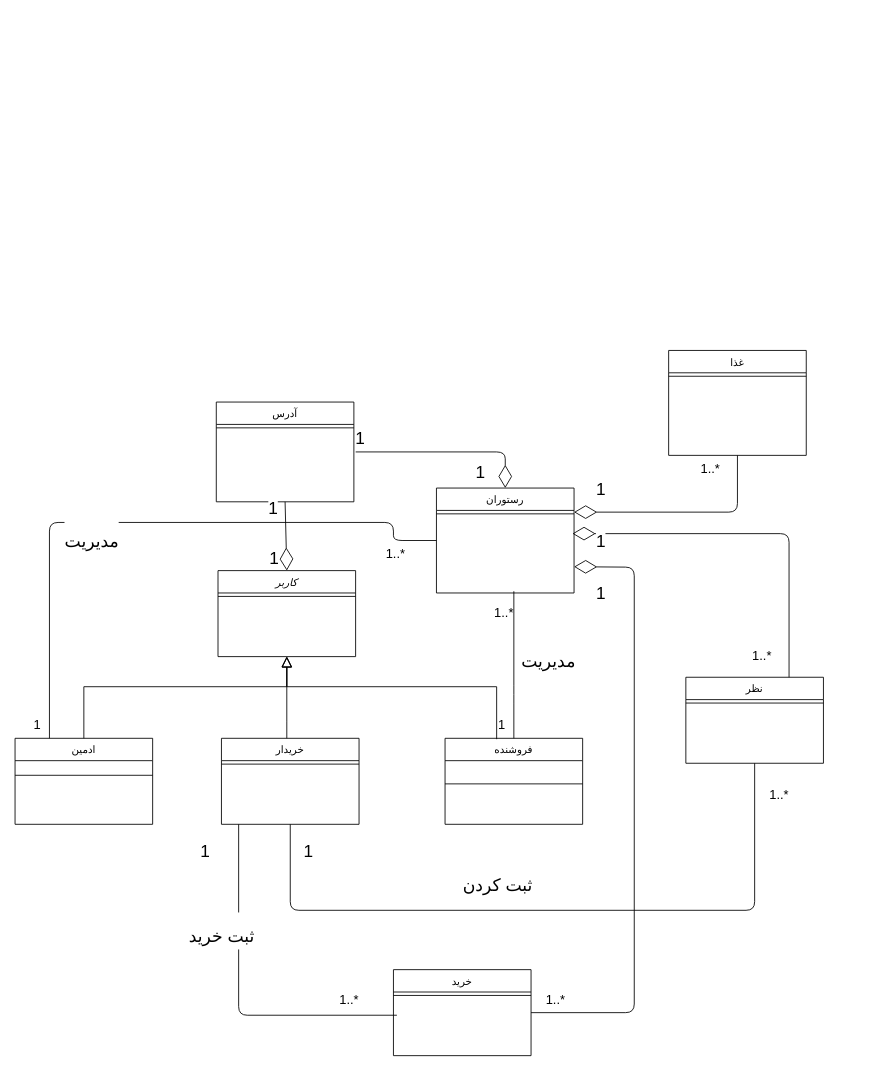
Before: Untitled Diagram.drawio in khoramian/TahDig_SoftwareEngineering, a draw.io diagram. Source tidied: cells renumbered, new cells numbered last; positions are measured from the earlier drawing's top-left corner, leaving out a move shared by most shapes. Both pictures are drawn from the tidied source at 86%, with x=0, y=0 at pixel (15, 350).
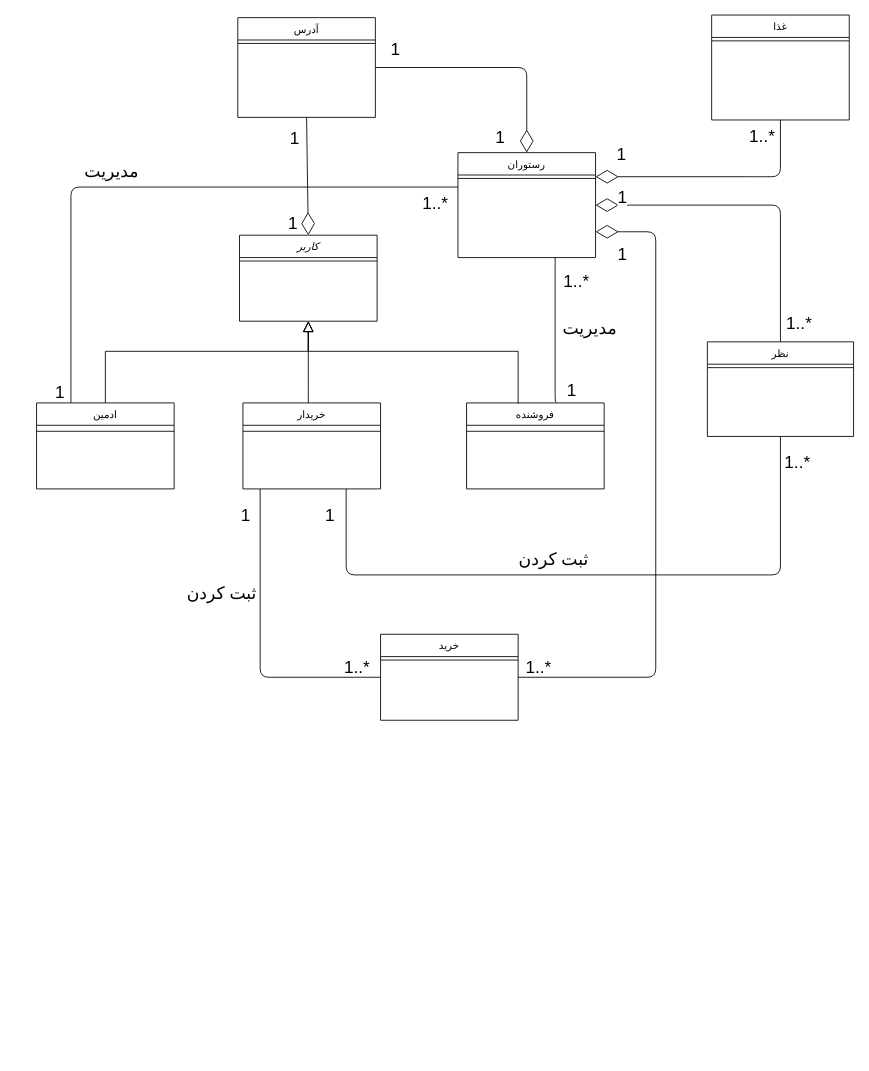
Above is the later version.

What changed in the source:
```diff
@@
     <mxCell id="2" value="فروشنده" style="swimlane;fontStyle=0;align=center;verticalAlign=top;horizontal=1;startSize=26;rounded=0;shadow=0;strokeWidth=1;" parent="1" vertex="1">
-      <mxGeometry x="500" y="451" width="160" height="100" as="geometry" />
+      <mxGeometry x="525" y="61" width="160" height="100" as="geometry" />
     </mxCell>
     <mxCell id="3" style="line;html=1;strokeWidth=1;align=left;verticalAlign=middle;spacingTop=-1;spacingLeft=3;spacingRight=3;labelPosition=right;" parent="2" vertex="1">
-      <mxGeometry y="26" width="160" height="54" as="geometry" />
+      <mxGeometry y="26" width="160" height="14" as="geometry" />
     </mxCell>
     <mxCell id="4" value="خریدار" style="swimlane;fontStyle=0;align=center;verticalAlign=top;horizontal=1;startSize=26;rounded=0;shadow=0;strokeWidth=1;" parent="1" vertex="1">
-      <mxGeometry x="240" y="451" width="160" height="100" as="geometry" />
+      <mxGeometry x="265" y="61" width="160" height="100" as="geometry" />
     </mxCell>
     <mxCell id="5" style="line;html=1;strokeWidth=1;align=left;verticalAlign=middle;spacingTop=-1;spacingLeft=3;spacingRight=3;labelPosition=right;" parent="4" vertex="1">
-      <mxGeometry y="26" width="160" height="8" as="geometry" />
+      <mxGeometry y="26" width="160" height="14" as="geometry" />
     </mxCell>
     <mxCell id="6" value="ادمین&#10;" style="swimlane;fontStyle=0;align=center;verticalAlign=top;horizontal=1;startSize=26;rounded=0;shadow=0;strokeWidth=1;" parent="1" vertex="1">
-      <mxGeometry y="451" width="160" height="100" as="geometry" />
+      <mxGeometry x="25" y="61" width="160" height="100" as="geometry" />
     </mxCell>
     <mxCell id="7" style="line;html=1;strokeWidth=1;align=left;verticalAlign=middle;spacingTop=-1;spacingLeft=3;spacingRight=3;labelPosition=right;" parent="6" vertex="1">
-      <mxGeometry y="26" width="160" height="34" as="geometry" />
+      <mxGeometry y="26" width="160" height="14" as="geometry" />
     </mxCell>
     <mxCell id="8" value="خرید" style="swimlane;fontStyle=0;align=center;verticalAlign=top;horizontal=1;startSize=26;rounded=0;shadow=0;strokeWidth=1;" parent="1" vertex="1">
-      <mxGeometry x="440" y="720" width="160" height="100" as="geometry" />
+      <mxGeometry x="425" y="330" width="160" height="100" as="geometry" />
     </mxCell>
@@
     <mxCell id="10" value="نظر" style="swimlane;fontStyle=0;align=center;verticalAlign=top;horizontal=1;startSize=26;rounded=0;shadow=0;strokeWidth=1;" parent="1" vertex="1">
-      <mxGeometry x="780" y="380" width="160" height="100" as="geometry" />
+      <mxGeometry x="805" y="-10" width="170" height="110" as="geometry" />
     </mxCell>
     <mxCell id="11" style="line;html=1;strokeWidth=1;align=left;verticalAlign=middle;spacingTop=-1;spacingLeft=3;spacingRight=3;labelPosition=right;" parent="10" vertex="1">
-      <mxGeometry y="26" width="160" height="8" as="geometry" />
+      <mxGeometry y="26" width="170" height="8" as="geometry" />
     </mxCell>
     <mxCell id="12" value="آدرس" style="swimlane;fontStyle=0;align=center;verticalAlign=top;horizontal=1;startSize=26;rounded=0;shadow=0;strokeWidth=1;" parent="1" vertex="1">
-      <mxGeometry x="234" y="60" width="160" height="116" as="geometry" />
+      <mxGeometry x="259" y="-387" width="160" height="116" as="geometry" />
     </mxCell>
@@
     <mxCell id="14" value="غذا" style="swimlane;fontStyle=0;align=center;verticalAlign=top;horizontal=1;startSize=26;rounded=0;shadow=0;strokeWidth=1;" parent="1" vertex="1">
-      <mxGeometry x="760" width="160" height="122" as="geometry" />
+      <mxGeometry x="810" y="-390" width="160" height="122" as="geometry" />
     </mxCell>
@@
     <mxCell id="16" value="کاربر" style="swimlane;fontStyle=2;align=center;verticalAlign=top;horizontal=1;startSize=26;rounded=0;shadow=0;strokeWidth=1;" parent="1" vertex="1">
-      <mxGeometry x="236" y="256" width="160" height="100" as="geometry" />
+      <mxGeometry x="261" y="-134" width="160" height="100" as="geometry" />
     </mxCell>
@@
     <mxCell id="18" style="endArrow=block;endSize=10;endFill=0;shadow=0;strokeWidth=1;rounded=0;edgeStyle=elbowEdgeStyle;elbow=vertical;exitX=0.375;exitY=0.01;exitDx=0;exitDy=0;entryX=0.5;entryY=1;entryDx=0;entryDy=0;exitPerimeter=0;" parent="1" edge="1" source="2" target="16">
       <mxGeometry relative="1" as="geometry">
         <Array as="points">
-          <mxPoint x="436" y="391" />
-          <mxPoint x="316" y="411" />
+          <mxPoint x="461" y="1" />
+          <mxPoint x="341" y="21" />
         </Array>
       </mxGeometry>
     </mxCell>
     <mxCell id="19" style="endArrow=block;endSize=10;endFill=0;shadow=0;strokeWidth=1;rounded=0;edgeStyle=elbowEdgeStyle;elbow=vertical;entryX=0.5;entryY=1;entryDx=0;entryDy=0;" parent="1" edge="1" source="4">
       <mxGeometry relative="1" as="geometry">
-        <mxPoint x="316" y="356" as="targetPoint" />
+        <mxPoint x="341" y="-34" as="targetPoint" />
         <Array as="points">
-          <mxPoint x="316" y="431" />
+          <mxPoint x="341" y="41" />
         </Array>
       </mxGeometry>
     </mxCell>
     <mxCell id="20" style="endArrow=block;endSize=10;endFill=0;shadow=0;strokeWidth=1;rounded=0;edgeStyle=elbowEdgeStyle;elbow=vertical;entryX=0.5;entryY=1;entryDx=0;entryDy=0;exitX=0.5;exitY=0;exitDx=0;exitDy=0;" parent="1" edge="1" source="6">
       <mxGeometry relative="1" as="geometry">
-        <mxPoint x="316" y="356" as="targetPoint" />
+        <mxPoint x="341" y="-34" as="targetPoint" />
         <Array as="points">
-          <mxPoint x="296" y="391" />
-          <mxPoint x="316" y="431" />
+          <mxPoint x="321" y="1" />
+          <mxPoint x="341" y="41" />
         </Array>
       </mxGeometry>
     </mxCell>
     <mxCell id="21" value="رستوران" style="swimlane;fontStyle=0;align=center;verticalAlign=top;horizontal=1;startSize=26;rounded=0;shadow=0;strokeWidth=1;" parent="1" vertex="1">
-      <mxGeometry x="490" y="160" width="160" height="122" as="geometry" />
+      <mxGeometry x="515" y="-230" width="160" height="122" as="geometry" />
     </mxCell>
@@
-    <mxCell id="24" style="endArrow=diamondThin;endFill=0;endSize=24;html=1;fontSize=36;exitX=1.013;exitY=1.231;exitDx=0;exitDy=0;entryX=0.5;entryY=0;entryDx=0;entryDy=0;exitPerimeter=0;" parent="1" edge="1" target="21">
+    <mxCell id="24" style="endArrow=diamondThin;endFill=0;endSize=24;html=1;fontSize=36;exitX=1;exitY=0.5;exitDx=0;exitDy=0;entryX=0.5;entryY=0;entryDx=0;entryDy=0;" parent="1" edge="1" source="12" target="21">
       <mxGeometry relative="1" as="geometry">
-        <mxPoint x="396.1" y="118" as="sourcePoint" />
         <Array as="points">
-          <mxPoint x="570" y="118" />
+          <mxPoint x="595" y="-329" />
         </Array>
       </mxGeometry>
     </mxCell>
-    <mxCell id="25" value="&lt;font style=&quot;font-size: 20px&quot;&gt;مدیریت&lt;/font&gt;" style="verticalAlign=bottom;html=1;endArrow=none;edgeStyle=orthogonalEdgeStyle;fontSize=36;exitX=0.5;exitY=0;exitDx=0;exitDy=0;" parent="1" edge="1" source="2">
+    <mxCell id="25" value="&lt;font style=&quot;font-size: 20px&quot;&gt;مدیریت&lt;/font&gt;" style="verticalAlign=bottom;html=1;endArrow=none;edgeStyle=orthogonalEdgeStyle;fontSize=36;exitX=0.653;exitY=-0.009;exitDx=0;exitDy=0;exitPerimeter=0;" parent="1" edge="1" source="2">
       <mxGeometry x="-0.17" y="-40" relative="1" as="geometry">
-        <mxPoint x="580" y="280" as="targetPoint" />
+        <mxPoint x="628" y="-108" as="targetPoint" />
         <Array as="points">
-          <mxPoint x="580" y="400" />
-          <mxPoint x="580" y="400" />
+          <mxPoint x="628" y="60" />
         </Array>
       </mxGeometry>
     </mxCell>
-    <mxCell id="26" value="&lt;font style=&quot;font-size: 15px&quot;&gt;1&lt;/font&gt;" style="html=1;align=left;verticalAlign=top;labelBackgroundColor=none;fontSize=10;" parent="25" vertex="1">
+    <mxCell id="26" value="&lt;font style=&quot;font-size: 20px&quot;&gt;1&lt;/font&gt;" style="html=1;align=left;verticalAlign=top;labelBackgroundColor=none;fontSize=10;" parent="25" vertex="1">
       <mxGeometry x="-1" relative="1" as="geometry">
-        <mxPoint x="-20" y="-31" as="offset" />
+        <mxPoint x="11" y="-33" as="offset" />
       </mxGeometry>
     </mxCell>
-    <mxCell id="27" value="&lt;font style=&quot;font-size: 15px&quot;&gt;&amp;nbsp;1..*&lt;/font&gt;" style="html=1;align=right;verticalAlign=top;labelBackgroundColor=none;fontSize=10;" parent="25" vertex="1">
-      <mxGeometry x="0.9" relative="1" as="geometry" />
+    <mxCell id="27" value="&lt;font style=&quot;font-size: 20px&quot;&gt;&amp;nbsp;1..*&lt;/font&gt;" style="html=1;align=right;verticalAlign=top;labelBackgroundColor=none;fontSize=10;" parent="25" vertex="1">
+      <mxGeometry x="0.9" relative="1" as="geometry">
+        <mxPoint x="40" as="offset" />
+      </mxGeometry>
     </mxCell>
-    <mxCell id="28" style="endArrow=diamondThin;endFill=0;endSize=24;html=1;fontSize=36;exitX=0.75;exitY=0;exitDx=0;exitDy=0;strokeWidth=1;entryX=0.988;entryY=1.038;entryDx=0;entryDy=0;entryPerimeter=0;" parent="1" edge="1" source="10">
+    <mxCell id="28" style="endArrow=diamondThin;endFill=0;endSize=24;html=1;fontSize=36;exitX=0.5;exitY=0;exitDx=0;exitDy=0;strokeWidth=1;entryX=1;entryY=0.5;entryDx=0;entryDy=0;" parent="1" edge="1" source="10" target="21">
       <mxGeometry relative="1" as="geometry">
-        <mxPoint x="648.1" y="213" as="targetPoint" />
         <Array as="points">
-          <mxPoint x="900" y="213" />
+          <mxPoint x="890" y="-169" />
         </Array>
       </mxGeometry>
     </mxCell>
-    <mxCell id="29" value="&lt;font style=&quot;font-size: 20px&quot;&gt;&lt;font style=&quot;font-size: 20px&quot;&gt;ثبت کردن&lt;/font&gt;&lt;br&gt;&lt;/font&gt;" style="verticalAlign=bottom;html=1;endArrow=none;edgeStyle=orthogonalEdgeStyle;fontSize=36;exitX=0.5;exitY=1;exitDx=0;exitDy=0;entryX=0.5;entryY=1;entryDx=0;entryDy=0;strokeWidth=1;" parent="1" edge="1" source="4" target="10">
-      <mxGeometry x="-0.16" y="11" relative="1" as="geometry">
+    <mxCell id="29" value="&lt;font style=&quot;font-size: 20px&quot;&gt;&lt;font style=&quot;font-size: 20px&quot;&gt;ثبت کردن&lt;/font&gt;&lt;br&gt;&lt;/font&gt;" style="verticalAlign=bottom;html=1;endArrow=none;edgeStyle=orthogonalEdgeStyle;fontSize=36;entryX=0.5;entryY=1;entryDx=0;entryDy=0;strokeWidth=1;" parent="1" edge="1" target="10">
+      <mxGeometry x="-0.11" relative="1" as="geometry">
+        <mxPoint x="385" y="161" as="sourcePoint" />
         <Array as="points">
-          <mxPoint x="320" y="651" />
-          <mxPoint x="860" y="651" />
+          <mxPoint x="385" y="161" />
+          <mxPoint x="385" y="261" />
+          <mxPoint x="885" y="261" />
         </Array>
       </mxGeometry>
     </mxCell>
     <mxCell id="30" style="endArrow=diamondThin;endFill=0;endSize=24;html=1;fontSize=36;exitX=0.5;exitY=1;exitDx=0;exitDy=0;entryX=1;entryY=0.077;entryDx=0;entryDy=0;entryPerimeter=0;" parent="1" edge="1" source="14">
       <mxGeometry relative="1" as="geometry">
-        <mxPoint x="650" y="188" as="targetPoint" />
+        <mxPoint x="675" y="-202" as="targetPoint" />
         <Array as="points">
-          <mxPoint x="840" y="188" />
+          <mxPoint x="890" y="-202" />
+          <mxPoint x="865" y="-202" />
         </Array>
       </mxGeometry>
     </mxCell>
     <mxCell id="31" value="1" style="edgeLabel;html=1;align=center;verticalAlign=middle;fontSize=20;" parent="1" vertex="1">
-      <mxGeometry x="680" y="160" as="geometry">
+      <mxGeometry x="705" y="-271" as="geometry">
         <mxPoint x="-381" y="22" as="offset" />
       </mxGeometry>
     </mxCell>
     <mxCell id="32" value="1" style="edgeLabel;html=1;align=center;verticalAlign=middle;fontSize=20;" parent="1" vertex="1">
-      <mxGeometry x="300" y="240" as="geometry" />
+      <mxGeometry x="322" y="-150" as="geometry" />
     </mxCell>
-    <mxCell id="33" value="1" style="edgeLabel;html=1;align=center;verticalAlign=middle;fontSize=20;" parent="1" vertex="1">
-      <mxGeometry x="400" y="100" as="geometry" />
-    </mxCell>
     <mxCell id="34" value="1" style="edgeLabel;html=1;align=center;verticalAlign=middle;fontSize=20;" parent="1" vertex="1">
-      <mxGeometry x="540" y="140" as="geometry" />
+      <mxGeometry x="565" y="-250" as="geometry">
+        <mxPoint x="-2" as="offset" />
+      </mxGeometry>
     </mxCell>
     <mxCell id="35" value="1" style="edgeLabel;html=1;align=center;verticalAlign=middle;fontSize=20;" parent="1" vertex="1">
-      <mxGeometry x="680" y="160" as="geometry" />
+      <mxGeometry x="705" y="-226" as="geometry">
+        <mxPoint x="-1" y="-4" as="offset" />
+      </mxGeometry>
     </mxCell>
-    <mxCell id="36" value="&lt;font style=&quot;font-size: 15px&quot;&gt;&amp;nbsp;1..*&lt;/font&gt;" style="html=1;align=right;verticalAlign=top;labelBackgroundColor=none;fontSize=10;" parent="1" vertex="1">
-      <mxGeometry x="820" y="122" as="geometry" />
+    <mxCell id="36" value="&lt;font style=&quot;font-size: 20px&quot;&gt;&amp;nbsp;1..*&lt;/font&gt;" style="html=1;align=right;verticalAlign=top;labelBackgroundColor=none;fontSize=10;" parent="1" vertex="1">
+      <mxGeometry x="884" y="-268" as="geometry" />
     </mxCell>
-    <mxCell id="37" value="&lt;font style=&quot;font-size: 20px&quot;&gt;مدیریت&lt;/font&gt;" style="verticalAlign=bottom;html=1;endArrow=none;edgeStyle=orthogonalEdgeStyle;fontSize=36;exitX=0.25;exitY=0;exitDx=0;exitDy=0;entryX=0;entryY=0.5;entryDx=0;entryDy=0;" parent="1" edge="1" source="6" target="21">
-      <mxGeometry x="-0.17" y="-40" relative="1" as="geometry">
+    <mxCell id="37" value="&lt;font style=&quot;font-size: 20px&quot;&gt;مدیریت&lt;/font&gt;" style="verticalAlign=bottom;html=1;endArrow=none;edgeStyle=orthogonalEdgeStyle;fontSize=36;exitX=0.25;exitY=0;exitDx=0;exitDy=0;" parent="1" edge="1" source="6">
+      <mxGeometry x="-0.15" relative="1" as="geometry">
+        <mxPoint x="515" y="-190" as="targetPoint" />
         <Array as="points">
-          <mxPoint x="40" y="200" />
-          <mxPoint x="440" y="200" />
-          <mxPoint x="440" y="221" />
+          <mxPoint x="65" y="-190" />
+          <mxPoint x="515" y="-190" />
         </Array>
       </mxGeometry>
     </mxCell>
-    <mxCell id="38" value="&lt;font style=&quot;font-size: 15px&quot;&gt;1&lt;/font&gt;" style="html=1;align=left;verticalAlign=top;labelBackgroundColor=none;fontSize=10;" parent="37" vertex="1">
+    <mxCell id="38" value="&lt;font style=&quot;font-size: 20px&quot;&gt;1&lt;/font&gt;" style="html=1;align=left;verticalAlign=top;labelBackgroundColor=none;fontSize=10;" parent="37" vertex="1">
       <mxGeometry x="-1" relative="1" as="geometry">
         <mxPoint x="-20" y="-31" as="offset" />
       </mxGeometry>
     </mxCell>
-    <mxCell id="39" value="&lt;font style=&quot;font-size: 15px&quot;&gt;&amp;nbsp;1..*&lt;/font&gt;" style="html=1;align=right;verticalAlign=top;labelBackgroundColor=none;fontSize=10;" parent="37" vertex="1">
-      <mxGeometry x="0.9" relative="1" as="geometry" />
+    <mxCell id="39" value="&lt;font style=&quot;font-size: 20px&quot;&gt;&amp;nbsp;1..*&lt;/font&gt;" style="html=1;align=right;verticalAlign=top;labelBackgroundColor=none;fontSize=10;" parent="37" vertex="1">
+      <mxGeometry x="0.9" relative="1" as="geometry">
+        <mxPoint x="24" as="offset" />
+      </mxGeometry>
     </mxCell>
-    <mxCell id="40" style="endArrow=diamondThin;endFill=0;endSize=24;html=1;fontSize=36;strokeWidth=1;entryX=1;entryY=0.75;entryDx=0;entryDy=0;exitX=1;exitY=0.5;exitDx=0;exitDy=0;" parent="1" edge="1" source="8" target="21">
+    <mxCell id="40" style="endArrow=diamondThin;endFill=0;endSize=24;html=1;fontSize=36;strokeWidth=1;exitX=1;exitY=0.5;exitDx=0;exitDy=0;" parent="1" edge="1" source="8">
       <mxGeometry relative="1" as="geometry">
+        <mxPoint x="675" y="-138" as="targetPoint" />
         <Array as="points">
-          <mxPoint x="720" y="770" />
-          <mxPoint x="720" y="252" />
+          <mxPoint x="745" y="380" />
+          <mxPoint x="745" y="-138" />
         </Array>
       </mxGeometry>
     </mxCell>
-    <mxCell id="41" value="&lt;font style=&quot;font-size: 20px&quot;&gt;ثبت خرید&lt;br&gt;&lt;/font&gt;" style="verticalAlign=bottom;html=1;endArrow=none;edgeStyle=orthogonalEdgeStyle;fontSize=36;entryX=0.025;entryY=1.038;entryDx=0;entryDy=0;strokeWidth=1;entryPerimeter=0;" parent="1" edge="1">
-      <mxGeometry x="-0.27" y="-20" relative="1" as="geometry">
-        <mxPoint x="260" y="551" as="sourcePoint" />
-        <mxPoint x="444" y="773" as="targetPoint" />
+    <mxCell id="41" value="&lt;font style=&quot;font-size: 20px&quot;&gt;ثبت کردن&lt;br&gt;&lt;/font&gt;" style="verticalAlign=bottom;html=1;endArrow=none;edgeStyle=orthogonalEdgeStyle;fontSize=36;entryX=0;entryY=0.5;entryDx=0;entryDy=0;strokeWidth=1;" parent="1" edge="1" target="8">
+      <mxGeometry x="-0.23" y="-45" relative="1" as="geometry">
+        <mxPoint x="285" y="161" as="sourcePoint" />
         <Array as="points">
-          <mxPoint x="260" y="551" />
-          <mxPoint x="260" y="773" />
+          <mxPoint x="285" y="380" />
         </Array>
+        <mxPoint y="1" as="offset" />
       </mxGeometry>
     </mxCell>
-    <mxCell id="42" value="&lt;font style=&quot;font-size: 15px&quot;&gt;&amp;nbsp;1..*&lt;/font&gt;" style="html=1;align=right;verticalAlign=top;labelBackgroundColor=none;fontSize=10;" parent="1" vertex="1">
-      <mxGeometry x="880" y="340" as="geometry" />
+    <mxCell id="42" value="&lt;font style=&quot;font-size: 20px&quot;&gt;&amp;nbsp;1..*&lt;/font&gt;" style="html=1;align=right;verticalAlign=top;labelBackgroundColor=none;fontSize=10;" parent="1" vertex="1">
+      <mxGeometry x="927" y="-50" as="geometry" />
     </mxCell>
     <mxCell id="43" value="1" style="edgeLabel;html=1;align=center;verticalAlign=middle;fontSize=20;" parent="1" vertex="1">
-      <mxGeometry x="680" y="220" as="geometry" />
+      <mxGeometry x="705" y="-180" as="geometry" />
     </mxCell>
     <mxCell id="44" value="1" style="edgeLabel;html=1;align=center;verticalAlign=middle;fontSize=20;" parent="1" vertex="1">
-      <mxGeometry x="680" y="280" as="geometry" />
+      <mxGeometry x="705" y="-114" as="geometry" />
     </mxCell>
-    <mxCell id="45" value="&lt;font style=&quot;font-size: 15px&quot;&gt;&amp;nbsp;1..*&lt;/font&gt;" style="html=1;align=right;verticalAlign=top;labelBackgroundColor=none;fontSize=10;" parent="1" vertex="1">
-      <mxGeometry x="640" y="740" as="geometry" />
+    <mxCell id="45" value="&lt;font style=&quot;font-size: 20px&quot;&gt;&amp;nbsp;1..*&lt;/font&gt;" style="html=1;align=right;verticalAlign=top;labelBackgroundColor=none;fontSize=10;" parent="1" vertex="1">
+      <mxGeometry x="624" y="350" as="geometry" />
     </mxCell>
-    <mxCell id="46" value="&lt;font style=&quot;font-size: 15px&quot;&gt;&amp;nbsp;1..*&lt;/font&gt;" style="html=1;align=right;verticalAlign=top;labelBackgroundColor=none;fontSize=10;" parent="1" vertex="1">
-      <mxGeometry x="400" y="740" as="geometry" />
+    <mxCell id="46" value="&lt;font style=&quot;font-size: 20px&quot;&gt;&amp;nbsp;1..*&lt;/font&gt;" style="html=1;align=right;verticalAlign=top;labelBackgroundColor=none;fontSize=10;" parent="1" vertex="1">
+      <mxGeometry x="413" y="350" as="geometry" />
     </mxCell>
     <mxCell id="47" value="1" style="edgeLabel;html=1;align=center;verticalAlign=middle;fontSize=20;" parent="1" vertex="1">
-      <mxGeometry x="340" y="580" as="geometry" />
+      <mxGeometry x="365" y="190" as="geometry" />
     </mxCell>
     <mxCell id="48" value="1" style="edgeLabel;html=1;align=center;verticalAlign=middle;fontSize=20;" parent="1" vertex="1">
-      <mxGeometry x="220" y="580" as="geometry" />
+      <mxGeometry x="245" y="190" as="geometry">
+        <mxPoint x="22" as="offset" />
+      </mxGeometry>
     </mxCell>
-    <mxCell id="49" value="&lt;font style=&quot;font-size: 15px&quot;&gt;&amp;nbsp;1..*&lt;/font&gt;" style="html=1;align=right;verticalAlign=top;labelBackgroundColor=none;fontSize=10;" parent="1" vertex="1">
-      <mxGeometry x="900" y="501" as="geometry" />
+    <mxCell id="49" value="&lt;font style=&quot;font-size: 20px&quot;&gt;&amp;nbsp;1..*&lt;/font&gt;" style="html=1;align=right;verticalAlign=top;labelBackgroundColor=none;fontSize=10;" parent="1" vertex="1">
+      <mxGeometry x="925" y="111" as="geometry" />
     </mxCell>
+    <mxCell id="33" value="1" style="edgeLabel;html=1;align=center;verticalAlign=middle;fontSize=20;" parent="1" vertex="1">
+      <mxGeometry x="583" y="-247" as="geometry">
+        <mxPoint x="-142" y="-105" as="offset" />
+      </mxGeometry>
+    </mxCell>
```
